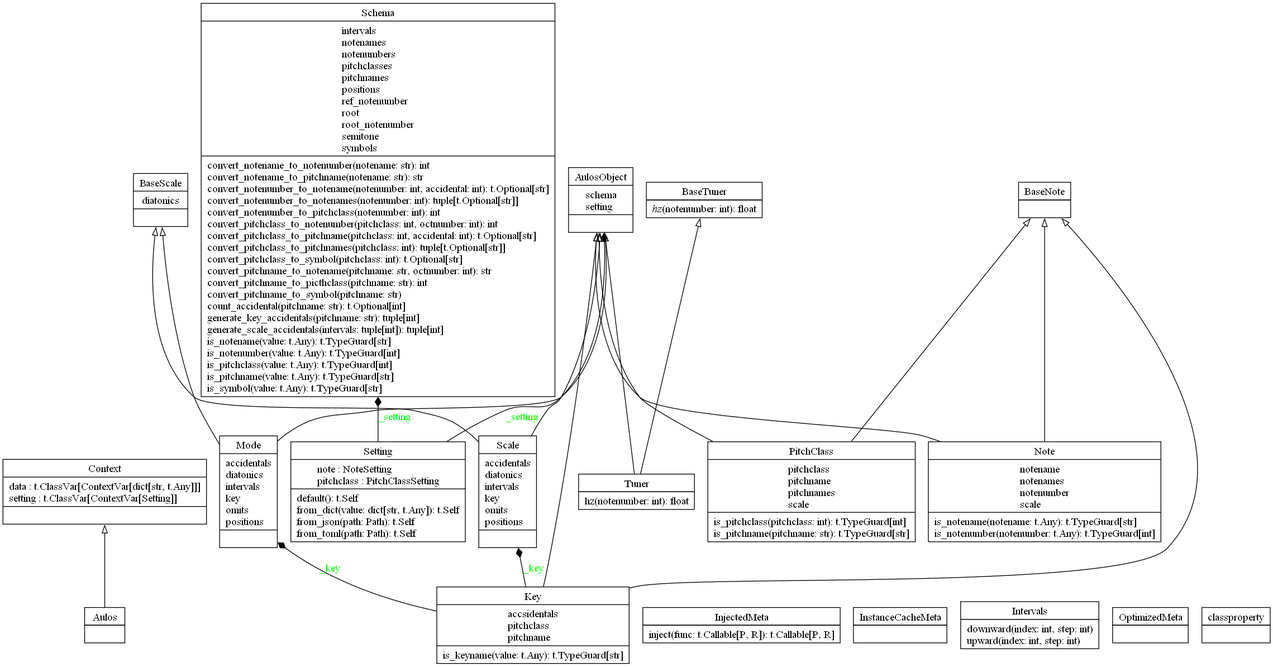
This is documents/design/class-diagram/classes.png from Oujox/aulos, a PlantUML export, as it was before one commit. Its source is kept beside it as documents/design/class-diagram/classes.puml.
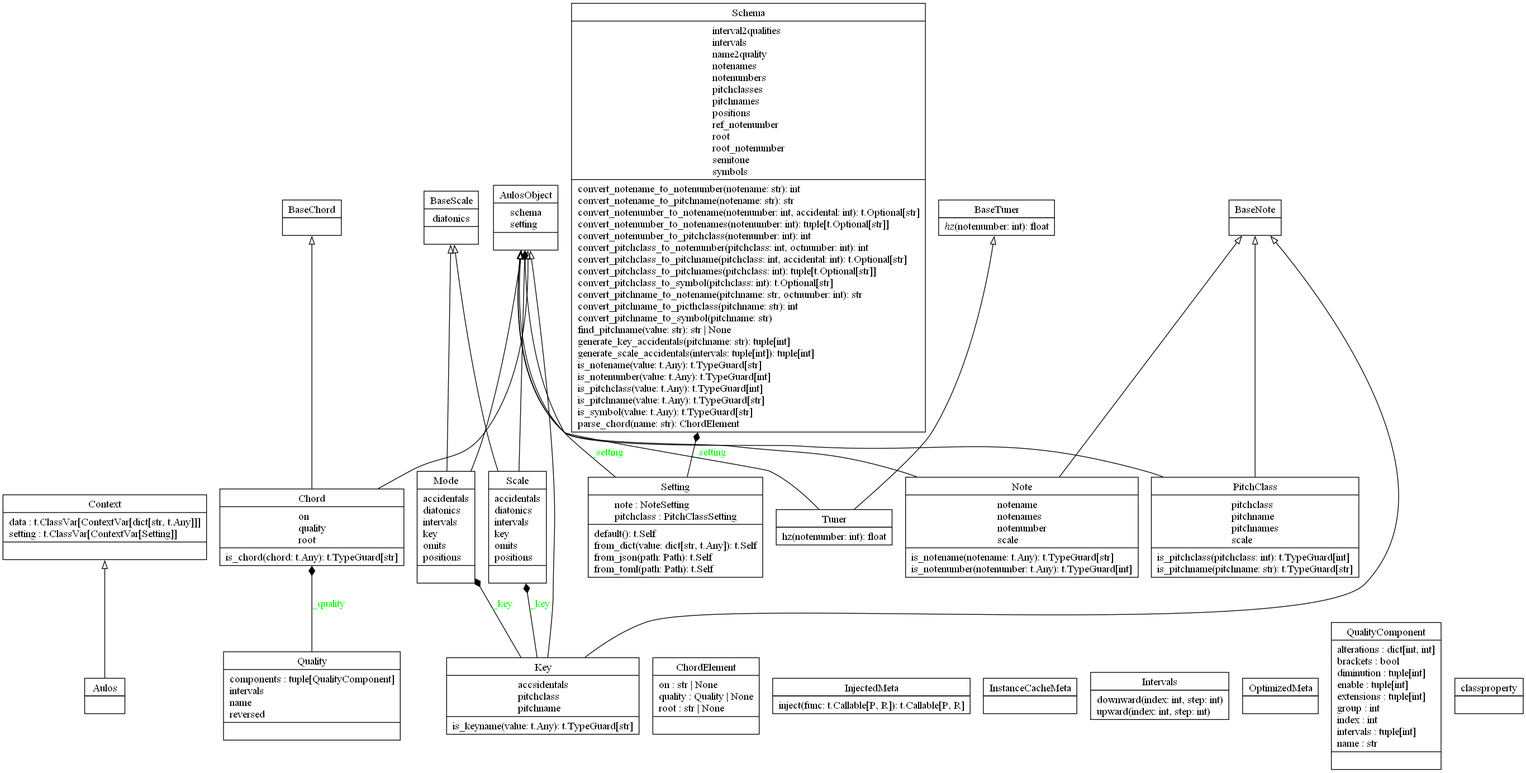
After the commit.

The edit, as a diff of the source:
```diff
@@ -6,6 +6,8 @@
   schema
   setting
 }
+class "BaseChord" as aulos.chord._base.BaseChord {
+}
 class "BaseNote" as aulos.note._base.BaseNote {
 }
 class "BaseScale" as aulos.scale._base.BaseScale {
@@ -13,6 +15,17 @@
 }
 class "BaseTuner" as aulos.tuner._base.BaseTuner {
   {abstract}hz(notenumber: int) -> float
+}
+class "Chord" as aulos.chord.chord.Chord {
+  on
+  quality
+  root
+  is_chord(chord: t.Any) -> t.TypeGuard[str]
+}
+class "ChordElement" as aulos._core.schema.ChordElement {
+  on : str | None
+  quality : Quality | None
+  root : str | None
 }
 class "Context" as aulos._core.framework.context.Context {
   data : t.ClassVar[ContextVar[dict[str, t.Any]]]
@@ -59,6 +72,23 @@
   is_pitchclass(pitchclass: int) -> t.TypeGuard[int]
   is_pitchname(pitchname: str) -> t.TypeGuard[str]
 }
+class "Quality" as aulos.chord.quality.Quality {
+  components : tuple[QualityComponent]
+  intervals
+  name
+  reversed
+}
+class "QualityComponent" as aulos.chord.quality.QualityComponent {
+  alterations : dict[int, int]
+  brackets : bool
+  diminution : tuple[int]
+  enable : tuple[int]
+  extensions : tuple[int]
+  group : int
+  index : int
+  intervals : tuple[int]
+  name : str
+}
 class "Scale" as aulos.scale.scale.Scale {
   accidentals
   diatonics
@@ -68,7 +98,9 @@
   positions
 }
 class "Schema" as aulos._core.schema.Schema {
+  interval2qualities
   intervals
+  name2quality
   notenames
   notenumbers
   pitchclasses
@@ -91,7 +123,7 @@
   convert_pitchname_to_notename(pitchname: str, octnumber: int) -> str
   convert_pitchname_to_picthclass(pitchname: str) -> int
   convert_pitchname_to_symbol(pitchname: str)
-  count_accidental(pitchname: str) -> t.Optional[int]
+  find_pitchname(value: str) -> str | None
   generate_key_accidentals(pitchname: str) -> tuple[int]
   generate_scale_accidentals(intervals: tuple[int]) -> tuple[int]
   is_notename(value: t.Any) -> t.TypeGuard[str]
@@ -99,6 +131,7 @@
   is_pitchclass(value: t.Any) -> t.TypeGuard[int]
   is_pitchname(value: t.Any) -> t.TypeGuard[str]
   is_symbol(value: t.Any) -> t.TypeGuard[str]
+  parse_chord(name: str) -> ChordElement
 }
 class "Setting" as aulos._core.setting.Setting {
   note : NoteSetting
@@ -113,6 +146,8 @@
 }
 class "classproperty" as aulos._core.utils.decorators.classproperty {
 }
+aulos.chord.chord.Chord --|> aulos._core.object.AulosObject
+aulos.chord.chord.Chord --|> aulos.chord._base.BaseChord
 aulos.note.key.Key --|> aulos._core.object.AulosObject
 aulos.note.key.Key --|> aulos.note._base.BaseNote
 aulos.note.note.Note --|> aulos._core.object.AulosObject
@@ -128,6 +163,7 @@
 aulos.utils.context.Aulos --|> aulos._core.framework.context.Context
 aulos._core.setting.Setting --* aulos._core.object.AulosObject : _setting
 aulos._core.setting.Setting --* aulos._core.schema.Schema : _setting
+aulos.chord.quality.Quality --* aulos.chord.chord.Chord : _quality
 aulos.note.key.Key --* aulos.scale.mode.Mode : _key
 aulos.note.key.Key --* aulos.scale.scale.Scale : _key
 @enduml
```
